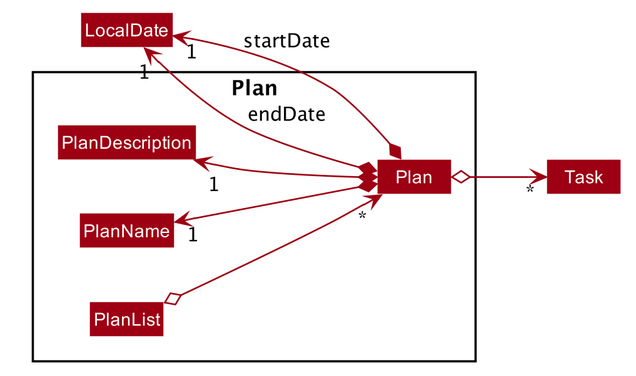
This is docs/images/design/model/PlanPackageDiagram.png from nus-cs2103-AY1920S1/addressbook-level3, a PlantUML export, as it was before one commit.
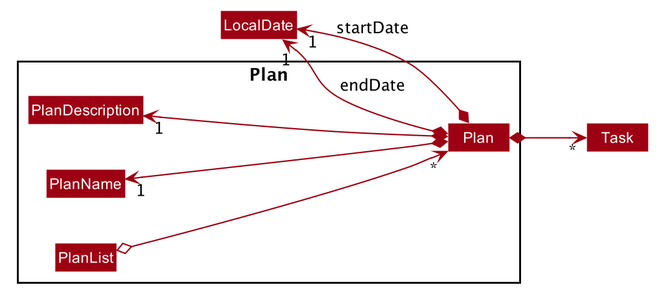
The same file after the commit.

What changed in the source:
```diff
@@ -66,7 +66,7 @@
 Plan *-up-> "1" PlanDescription
 Plan *-up-> "1" LocalDate : startDate
 Plan *-up-> "1" LocalDate : endDate
-Plan o--> "*" Task
+Plan *--> "*" Task
 PlanList o--> "*" Plan
 
 @enduml
```
